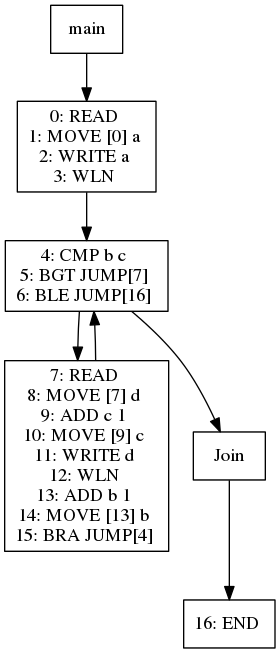
The Graphviz diagram viz/test031.dot.png in jiahanwang/PL241-Compiler, before a commit. Its source is kept beside it as viz/test031.dot.
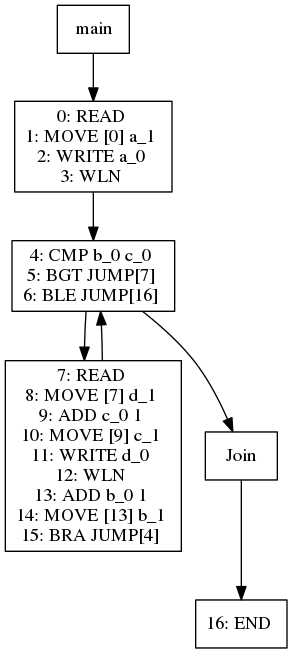
After the change.

Diff of the diagram source:
```diff
@@ -1,32 +1,32 @@
 digraph test031 {
 node [shape=box]
-547[label="main"]
-547 -> 549
-549[label="0: READ
-1: MOVE [0] a
-2: WRITE a
+1[label="main"]
+1 -> 3
+3[label="0: READ
+1: MOVE [0] a_1
+2: WRITE a_0
 3: WLN
 "]
-549 -> 552
-552[label="4: CMP b c
+3 -> 6
+6[label="4: CMP b_0 c_0
 5: BGT JUMP[7]
 6: BLE JUMP[16]
 "]
-552 -> 554
-554[label="7: READ
-8: MOVE [7] d
-9: ADD c 1
-10: MOVE [9] c
-11: WRITE d
+6 -> 8
+8[label="7: READ
+8: MOVE [7] d_1
+9: ADD c_0 1
+10: MOVE [9] c_1
+11: WRITE d_0
 12: WLN
-13: ADD b 1
-14: MOVE [13] b
+13: ADD b_0 1
+14: MOVE [13] b_1
 15: BRA JUMP[4]
 "]
-554 -> 552
-552 -> 553
-553[label="Join"]
-553 -> 559
-559[label="16: END
+8 -> 6
+6 -> 7
+7[label="Join"]
+7 -> 13
+13[label="16: END
 "]
 }
```
